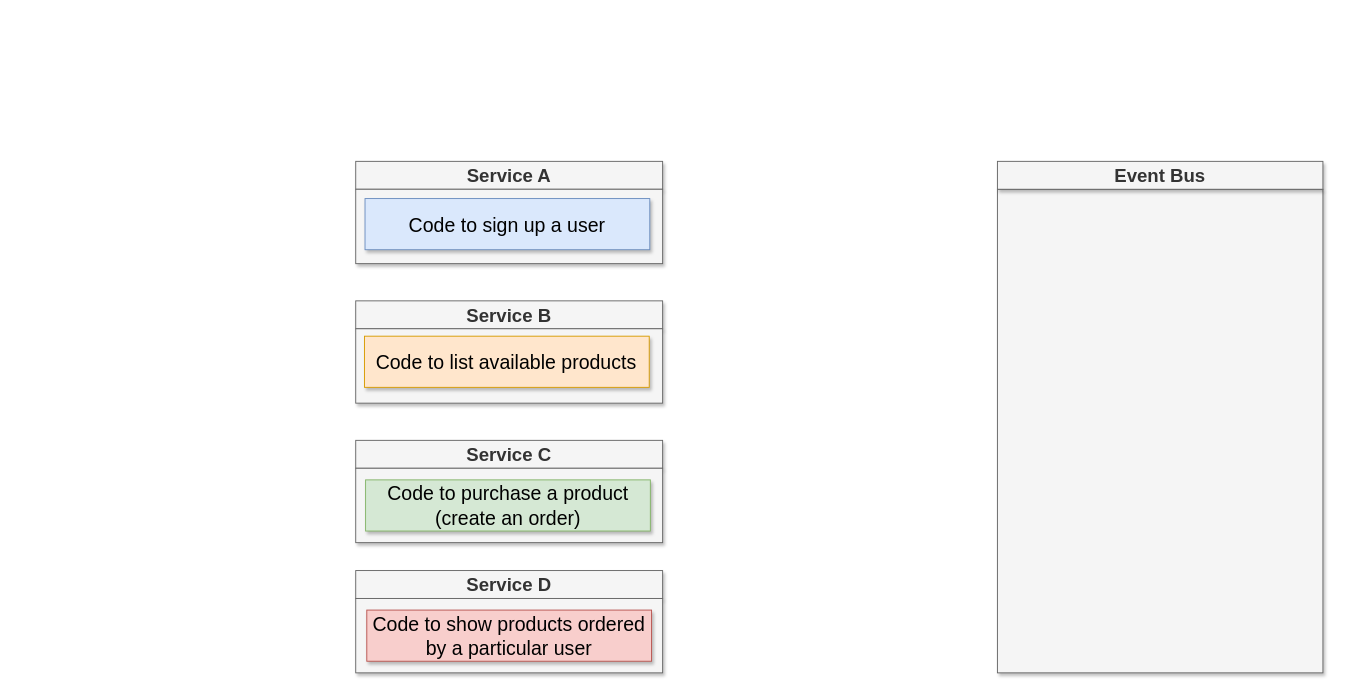
Before: page "12 - event" (7 of 16) of diagrams/01/03.drawio in pawaniu/microservices-casts, a draw.io diagram. Source tidied: cells renumbered, new cells numbered last; positions are measured from the earlier drawing's top-left corner, leaving out a move shared by most shapes. Both pictures are drawn from the tidied source at 93%, with x=0, y=0 at pixel (355, 161).
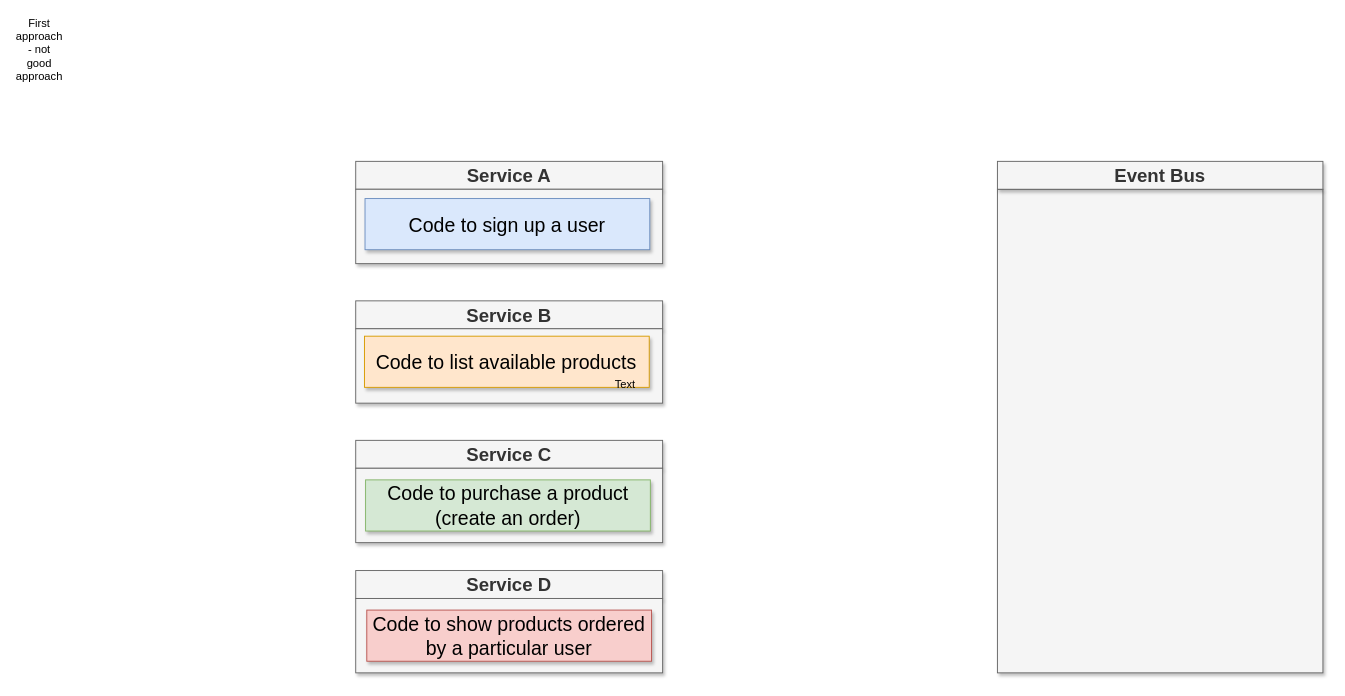
The same page after the edit.

Change to the diagram source:
```diff
@@
 <mxGraphModel>
   <root>
     <mxCell id="0" />
     <mxCell id="1" parent="0" />
     <mxCell id="2" value="Service B" style="rounded=0;whiteSpace=wrap;html=1;shadow=1;fontSize=20;fillColor=#f5f5f5;strokeColor=#666666;fontColor=#333333;fontStyle=1;" parent="1" vertex="1">
       <mxGeometry y="150" width="330" height="30" as="geometry" />
     </mxCell>
     <mxCell id="3" value="Service C" style="rounded=0;whiteSpace=wrap;html=1;shadow=1;fontSize=20;fillColor=#f5f5f5;strokeColor=#666666;fontColor=#333333;fontStyle=1;" parent="1" vertex="1">
       <mxGeometry y="300" width="330" height="30" as="geometry" />
     </mxCell>
     <mxCell id="4" value="Service A" style="rounded=0;whiteSpace=wrap;html=1;shadow=1;fontSize=20;fillColor=#f5f5f5;strokeColor=#666666;fontColor=#333333;fontStyle=1;" parent="1" vertex="1">
       <mxGeometry width="330" height="30" as="geometry" />
     </mxCell>
     <mxCell id="5" style="rounded=0;whiteSpace=wrap;html=1;shadow=1;fontSize=28;fillColor=#f5f5f5;strokeColor=#666666;fontColor=#333333;" parent="1" vertex="1">
       <mxGeometry y="30" width="330" height="80" as="geometry" />
     </mxCell>
     <mxCell id="6" value="Code to sign up a user" style="rounded=0;whiteSpace=wrap;html=1;shadow=1;fontSize=21;fillColor=#dae8fc;strokeColor=#6c8ebf;" parent="1" vertex="1">
       <mxGeometry x="10" y="40" width="306.2" height="55" as="geometry" />
     </mxCell>
     <mxCell id="7" style="rounded=0;whiteSpace=wrap;html=1;shadow=1;fontSize=28;fillColor=#f5f5f5;strokeColor=#666666;fontColor=#333333;" parent="1" vertex="1">
       <mxGeometry y="180" width="330" height="80" as="geometry" />
     </mxCell>
     <mxCell id="8" style="rounded=0;whiteSpace=wrap;html=1;shadow=1;fontSize=28;fillColor=#f5f5f5;strokeColor=#666666;fontColor=#333333;" parent="1" vertex="1">
       <mxGeometry y="330" width="330" height="80" as="geometry" />
     </mxCell>
     <mxCell id="9" value="Code to list available products" style="rounded=0;whiteSpace=wrap;html=1;shadow=1;fontSize=21;fillColor=#ffe6cc;strokeColor=#d79b00;" parent="1" vertex="1">
       <mxGeometry x="9.4" y="188" width="306.2" height="55" as="geometry" />
     </mxCell>
     <mxCell id="10" value="Code to purchase a product (create an order)" style="rounded=0;whiteSpace=wrap;html=1;shadow=1;fontSize=21;fillColor=#d5e8d4;strokeColor=#82b366;" parent="1" vertex="1">
       <mxGeometry x="10.6" y="342.5" width="306.2" height="55" as="geometry" />
     </mxCell>
     <mxCell id="11" style="rounded=0;whiteSpace=wrap;html=1;shadow=1;fontSize=28;fillColor=#f5f5f5;strokeColor=#666666;fontColor=#333333;" parent="1" vertex="1">
       <mxGeometry x="690" y="30" width="350" height="520" as="geometry" />
     </mxCell>
     <mxCell id="12" value="Event Bus" style="rounded=0;whiteSpace=wrap;html=1;shadow=1;fontSize=20;fillColor=#f5f5f5;strokeColor=#666666;fontColor=#333333;fontStyle=1;" parent="1" vertex="1">
       <mxGeometry x="690" width="350" height="30" as="geometry" />
     </mxCell>
     <mxCell id="13" value="Service D" style="rounded=0;whiteSpace=wrap;html=1;shadow=1;fontSize=20;fillColor=#f5f5f5;strokeColor=#666666;fontColor=#333333;fontStyle=1;" parent="1" vertex="1">
       <mxGeometry y="440" width="330" height="30" as="geometry" />
     </mxCell>
     <mxCell id="14" style="rounded=0;whiteSpace=wrap;html=1;shadow=1;fontSize=28;fillColor=#f5f5f5;strokeColor=#666666;fontColor=#333333;" parent="1" vertex="1">
       <mxGeometry y="470" width="330" height="80" as="geometry" />
     </mxCell>
     <mxCell id="15" value="Code to show products ordered by a particular user" style="rounded=0;whiteSpace=wrap;html=1;shadow=1;fontSize=21;fillColor=#f8cecc;strokeColor=#b85450;" parent="1" vertex="1">
       <mxGeometry x="11.9" y="482.5" width="306.2" height="55" as="geometry" />
     </mxCell>
+    <mxCell id="16" value="Text" style="text;html=1;strokeColor=none;fillColor=none;align=center;verticalAlign=middle;whiteSpace=wrap;rounded=0;" parent="1" vertex="1">
+      <mxGeometry x="270" y="230" width="40" height="20" as="geometry" />
+    </mxCell>
+    <mxCell id="17" value="First approach - not good approach&lt;br&gt;" style="text;html=1;strokeColor=none;fillColor=none;align=center;verticalAlign=middle;whiteSpace=wrap;rounded=0;" parent="1" vertex="1">
+      <mxGeometry x="-360" y="-130" width="40" height="20" as="geometry" />
+    </mxCell>
   </root>
 </mxGraphModel>
```
